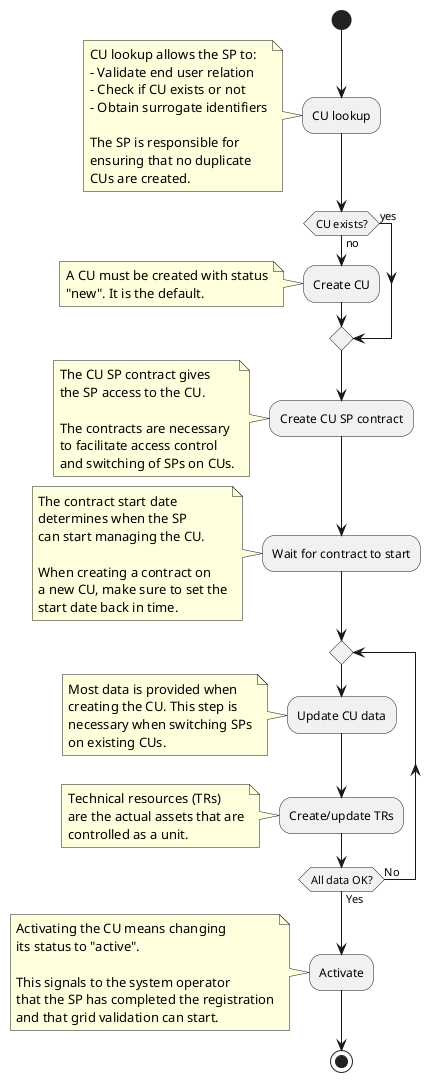
Earlier version of the PlantUML export docs/diagrams/sp_cu_registration.png (elhub/flex-information-system). Source of this version:
```plantuml
@startuml sp_cu_registration
start
:CU lookup;
note left
  CU lookup allows the SP to:
  - Validate end user relation
  - Check if CU exists or not
  - Obtain surrogate identifiers

  The SP is responsible for
  ensuring that no duplicate
  CUs are created.
end note

if (CU exists?) then (no)
  :Create CU;
  note left
    A CU must be created with status
    "new". It is the default.
  end note
else (yes)
endif
  :Create CU SP contract;
  note left
    The CU SP contract gives
    the SP access to the CU.

    The contracts are necessary
    to facilitate access control
    and switching of SPs on CUs.
  end note
  :Wait for contract to start;
  note left
    The contract start date
    determines when the SP
    can start managing the CU.

    When creating a contract on
    a new CU, make sure to set the
    start date back in time.
  end note
  repeat
    :Update CU data;
    note left
      Most data is provided when
      creating the CU. This step is
      necessary when switching SPs
      on existing CUs.
    end note
    :Create/update TRs;
    note left
      Technical resources (TRs)
      are the actual assets that are
      controlled as a unit.
    end note
  repeat while (All data OK?) is (No) not (Yes)

:Activate;
note left
  Activating the CU means changing
  its status to "active".

  This signals to the system operator
  that the SP has completed the registration
  and that grid validation can start.
end note
stop

@enduml
```
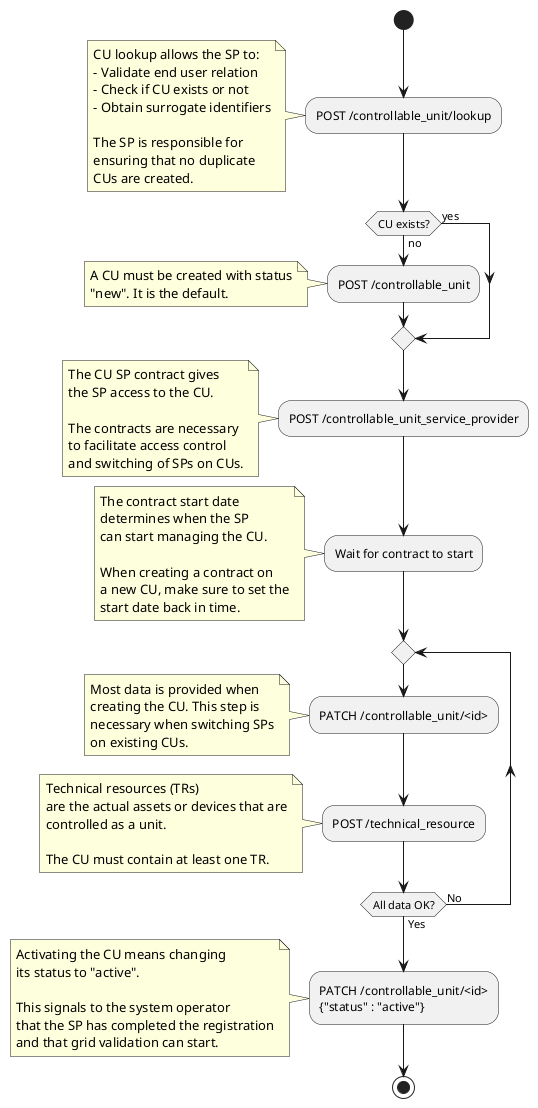
After the change.

The edit, as a diff of the source:
```diff
@@ -1,6 +1,6 @@
 @startuml sp_cu_registration
 start
-:CU lookup;
+:POST /controllable_unit/lookup;
 note left
   CU lookup allows the SP to:
   - Validate end user relation
@@ -13,14 +13,14 @@
 end note
 
 if (CU exists?) then (no)
-  :Create CU;
+  :POST /controllable_unit;
   note left
     A CU must be created with status
     "new". It is the default.
   end note
 else (yes)
 endif
-  :Create CU SP contract;
+  :POST /controllable_unit_service_provider;
   note left
     The CU SP contract gives
     the SP access to the CU.
@@ -40,22 +40,24 @@
     start date back in time.
   end note
   repeat
-    :Update CU data;
+    :PATCH /controllable_unit/<id>;
     note left
       Most data is provided when
       creating the CU. This step is
       necessary when switching SPs
       on existing CUs.
     end note
-    :Create/update TRs;
+    :POST /technical_resource;
     note left
       Technical resources (TRs)
-      are the actual assets that are
+      are the actual assets or devices that are
       controlled as a unit.
+
+      The CU must contain at least one TR.
     end note
   repeat while (All data OK?) is (No) not (Yes)
 
-:Activate;
+:PATCH /controllable_unit/<id>\n{"status" : "active"};
 note left
   Activating the CU means changing
   its status to "active".
```
